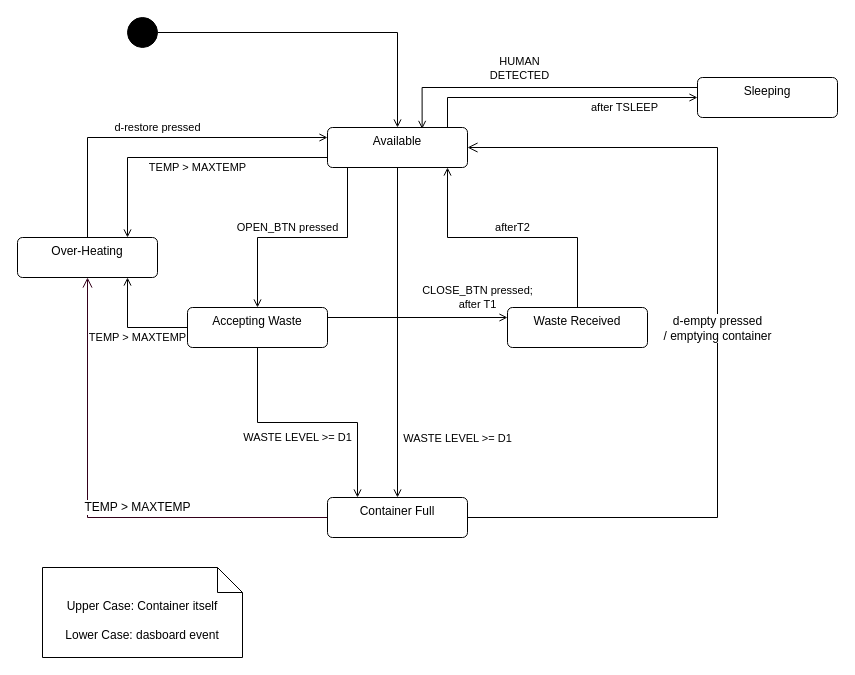
This is Arduino/State Diagram.drawio from MatteoGodzilla/Smart-Waste-Disposal-System, a draw.io file, before an edit. Source tidied: cells renumbered, new cells numbered last; positions are measured from the earlier drawing's top-left corner, leaving out a move shared by most shapes. Both pictures are drawn from the tidied source at 100%, with x=0, y=0 at pixel (17, 17).
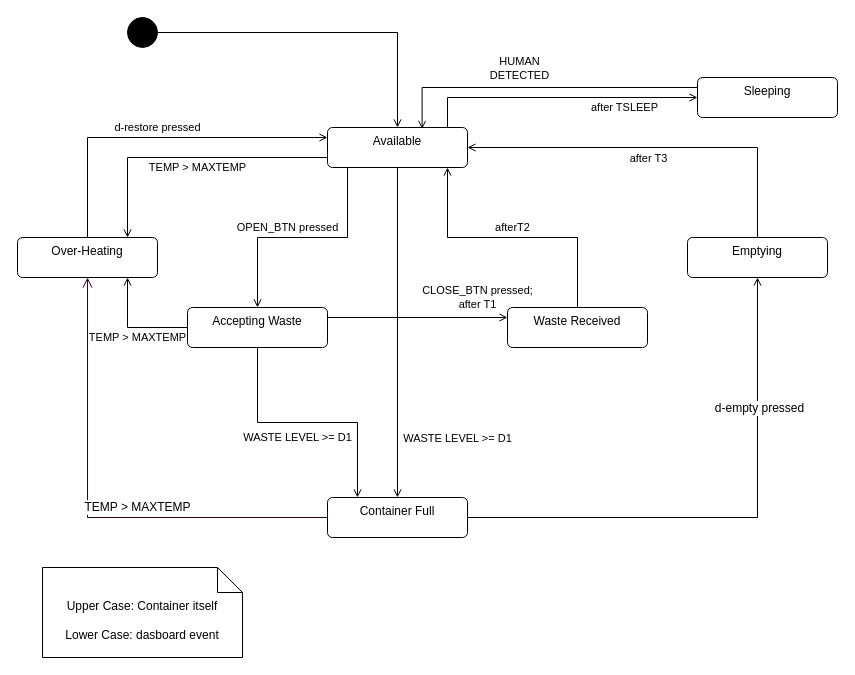
After the change.

Unchanged cells that the change refers to:
```xml
<mxCell id="6" value="Available" style="html=1;align=center;verticalAlign=top;rounded=1;absoluteArcSize=1;arcSize=10;dashed=0;whiteSpace=wrap;" parent="1" vertex="1">
  <mxGeometry x="310" y="110" width="140" height="40" as="geometry" />
</mxCell>
<mxCell id="12" value="Container Full" style="html=1;align=center;verticalAlign=top;rounded=1;absoluteArcSize=1;arcSize=10;dashed=0;whiteSpace=wrap;" parent="1" vertex="1">
  <mxGeometry x="310" y="480" width="140" height="40" as="geometry" />
</mxCell>
```

The edit, as a diff of the source:
```diff
@@
-    <mxCell id="11" value="d-empty pressed&lt;div&gt;/ emptying container&lt;/div&gt;" style="edgeStyle=orthogonalEdgeStyle;rounded=0;jettySize=auto;html=1;entryX=1;entryY=0.5;entryDx=0;entryDy=0;fontSize=12;startSize=8;endSize=8;endArrow=open;endFill=0;fillColor=#d5e8d4;strokeColor=#000000;exitX=1;exitY=0.5;exitDx=0;exitDy=0;" parent="1" edge="1" source="12" target="6">
-      <mxGeometry x="0.01" relative="1" as="geometry">
-        <Array as="points">
-          <mxPoint x="700" y="500" />
-          <mxPoint x="700" y="130" />
-        </Array>
-      </mxGeometry>
-    </mxCell>
+    <mxCell id="25" style="edgeStyle=orthogonalEdgeStyle;rounded=0;jettySize=auto;html=1;entryX=0.5;entryY=1;entryDx=0;entryDy=0;endArrow=open;endFill=0;" parent="1" edge="1" source="12" target="29">
+      <mxGeometry relative="1" as="geometry" />
+    </mxCell>
+    <mxCell id="26" value="&lt;span style=&quot;font-size: 12px;&quot;&gt;d-empty pressed&lt;/span&gt;" style="edgeLabel;html=1;align=center;verticalAlign=middle;" parent="25" vertex="1">
+      <mxGeometry x="-0.13" y="-2" relative="1" as="geometry">
+        <mxPoint x="60" y="-112" as="offset" />
+      </mxGeometry>
+    </mxCell>
@@
+    <mxCell id="27" style="edgeStyle=orthogonalEdgeStyle;rounded=0;jettySize=auto;html=1;entryX=1;entryY=0.5;entryDx=0;entryDy=0;endArrow=open;endFill=0;" parent="1" edge="1" source="29" target="6">
+      <mxGeometry relative="1" as="geometry">
+        <Array as="points">
+          <mxPoint x="740" y="130" />
+        </Array>
+      </mxGeometry>
+    </mxCell>
+    <mxCell id="28" value="after T3" style="edgeLabel;html=1;align=center;verticalAlign=middle;" parent="27" vertex="1">
+      <mxGeometry x="-0.1" y="2" relative="1" as="geometry">
+        <mxPoint x="-29" y="8" as="offset" />
+      </mxGeometry>
+    </mxCell>
+    <mxCell id="29" value="Emptying" style="html=1;align=center;verticalAlign=top;rounded=1;absoluteArcSize=1;arcSize=10;dashed=0;whiteSpace=wrap;" parent="1" vertex="1">
+      <mxGeometry x="670" y="220" width="140" height="40" as="geometry" />
+    </mxCell>
```
